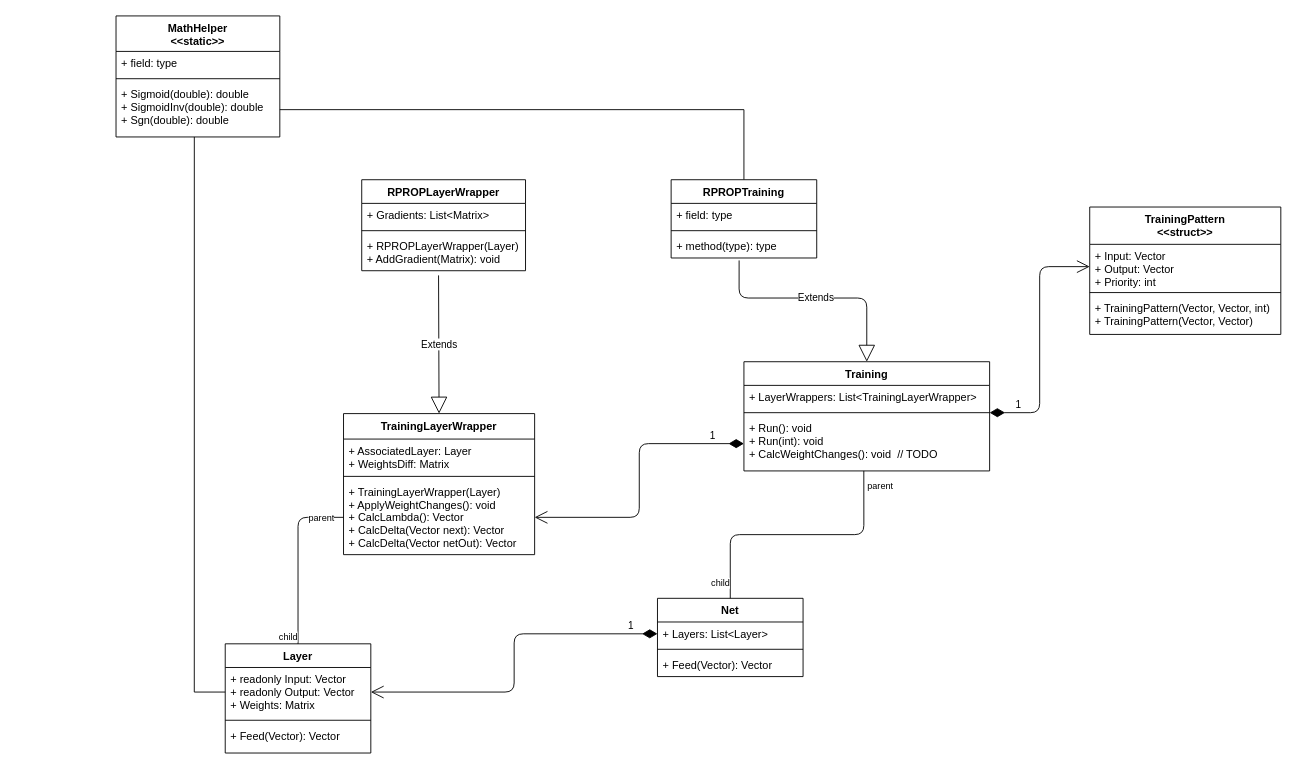
Above: MainDiagram.drawio in Voelker-JR/NeuralNetworks (draw.io), before the change. Source tidied: cells renumbered, new cells numbered last; positions are measured from the earlier drawing's top-left corner, leaving out a move shared by most shapes. Both pictures are drawn from the tidied source at 91%, with x=0, y=0 at pixel (116, 15).
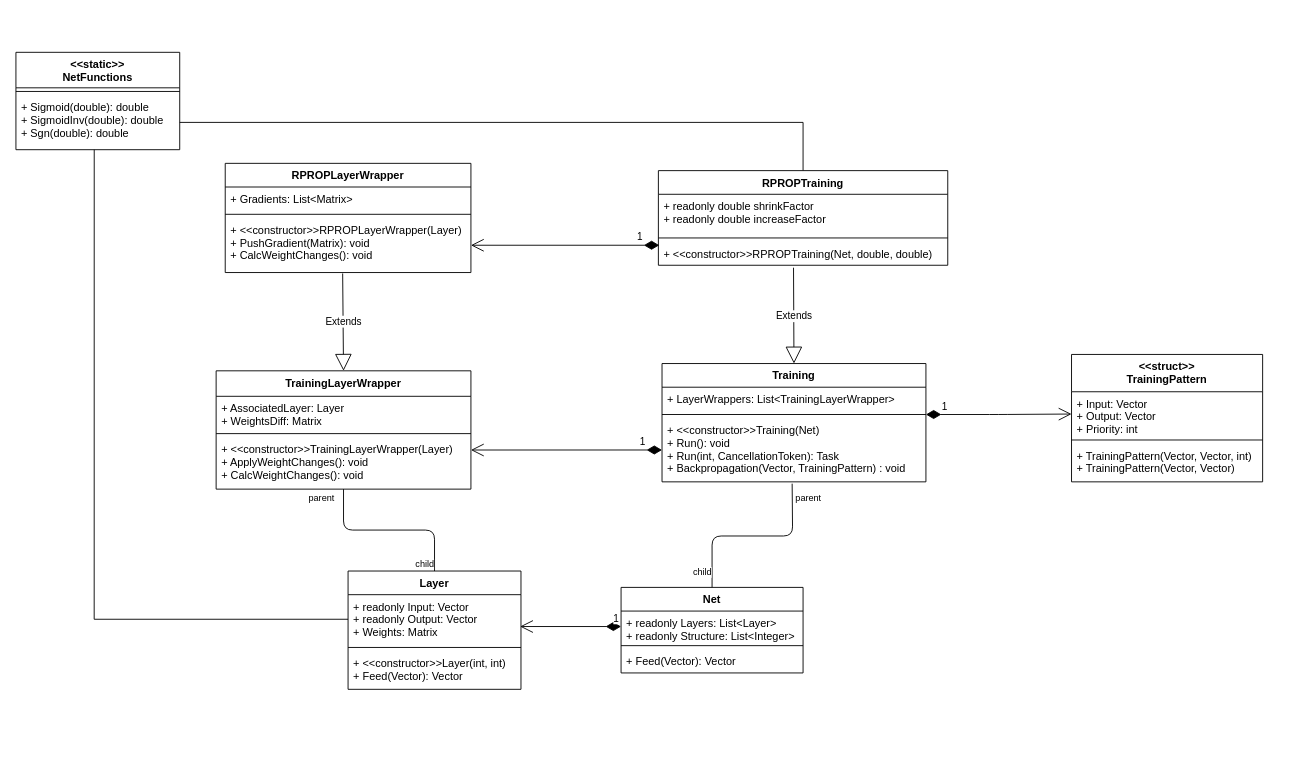
The same diagram, later.

Commit message (it also covers changes not shown here):
updated diagram to a next level

What changed in the source:
```diff
@@
     <mxCell id="2" value="Layer" style="swimlane;fontStyle=1;align=center;verticalAlign=top;horizontal=1;startSize=26;" parent="1" vertex="1">
-      <mxGeometry x="120" y="690" width="160" height="120" as="geometry" />
+      <mxGeometry x="255" y="610" width="190" height="130" as="geometry" />
     </mxCell>
     <mxCell id="3" value="+ readonly Input: Vector&#10;+ readonly Output: Vector&#10;+ Weights: Matrix" style="text;strokeColor=none;fillColor=none;align=left;verticalAlign=top;spacingLeft=4;spacingRight=4;overflow=hidden;points=[[0,0.5],[1,0.5]];portConstraint=eastwest;" parent="2" vertex="1">
-      <mxGeometry y="26" width="160" height="54" as="geometry" />
+      <mxGeometry y="26" width="190" height="54" as="geometry" />
     </mxCell>
     <mxCell id="4" style="line;strokeWidth=1;fillColor=none;align=left;verticalAlign=middle;spacingTop=-1;spacingLeft=3;spacingRight=3;labelPosition=right;" parent="2" vertex="1">
-      <mxGeometry y="80" width="160" height="8" as="geometry" />
+      <mxGeometry y="80" width="190" height="8" as="geometry" />
     </mxCell>
-    <mxCell id="5" value="+ Feed(Vector): Vector" style="text;strokeColor=none;fillColor=none;align=left;verticalAlign=top;spacingLeft=4;spacingRight=4;overflow=hidden;" parent="2" vertex="1">
-      <mxGeometry y="88" width="160" height="32" as="geometry" />
+    <mxCell id="5" value="+ &lt;&lt;constructor&gt;&gt;Layer(int, int)&#10;+ Feed(Vector): Vector" style="text;strokeColor=none;fillColor=none;align=left;verticalAlign=top;spacingLeft=4;spacingRight=4;overflow=hidden;" parent="2" vertex="1">
+      <mxGeometry y="88" width="190" height="42" as="geometry" />
     </mxCell>
     <mxCell id="6" value="Net" style="swimlane;fontStyle=1;align=center;verticalAlign=top;horizontal=1;startSize=26;" parent="1" vertex="1">
-      <mxGeometry x="595" y="640" width="160" height="86" as="geometry" />
+      <mxGeometry x="555" y="628" width="200" height="94" as="geometry" />
     </mxCell>
-    <mxCell id="7" value="+ Layers: List&lt;Layer&gt;" style="text;strokeColor=none;fillColor=none;align=left;verticalAlign=top;spacingLeft=4;spacingRight=4;overflow=hidden;points=[[0,0.5],[1,0.5]];portConstraint=eastwest;" parent="6" vertex="1">
-      <mxGeometry y="26" width="160" height="26" as="geometry" />
+    <mxCell id="7" value="+ readonly Layers: List&lt;Layer&gt;&#10;+ readonly Structure: List&lt;Integer&gt;" style="text;strokeColor=none;fillColor=none;align=left;verticalAlign=top;spacingLeft=4;spacingRight=4;overflow=hidden;points=[[0,0.5],[1,0.5]];portConstraint=eastwest;" parent="6" vertex="1">
+      <mxGeometry y="26" width="200" height="34" as="geometry" />
     </mxCell>
     <mxCell id="8" style="line;strokeWidth=1;fillColor=none;align=left;verticalAlign=middle;spacingTop=-1;spacingLeft=3;spacingRight=3;labelPosition=right;" parent="6" vertex="1">
-      <mxGeometry y="52" width="160" height="8" as="geometry" />
+      <mxGeometry y="60" width="200" height="8" as="geometry" />
     </mxCell>
     <mxCell id="9" value="+ Feed(Vector): Vector" style="text;strokeColor=none;fillColor=none;align=left;verticalAlign=top;spacingLeft=4;spacingRight=4;overflow=hidden;" parent="6" vertex="1">
-      <mxGeometry y="60" width="160" height="26" as="geometry" />
+      <mxGeometry y="68" width="200" height="26" as="geometry" />
     </mxCell>
-    <mxCell id="10" value="1" style="endArrow=open;html=1;endSize=12;startArrow=diamondThin;startSize=14;startFill=1;edgeStyle=orthogonalEdgeStyle;align=left;verticalAlign=bottom;entryX=1;entryY=0.5;entryDx=0;entryDy=0;exitX=0;exitY=0.5;exitDx=0;exitDy=0;" parent="1" edge="1" source="7" target="3">
+    <mxCell id="10" value="1" style="endArrow=open;html=1;endSize=12;startArrow=diamondThin;startSize=14;startFill=1;align=left;verticalAlign=bottom;exitX=0;exitY=0.5;exitDx=0;exitDy=0;entryX=0.995;entryY=0.648;entryDx=0;entryDy=0;entryPerimeter=0;" parent="1" edge="1" source="7" target="3">
       <mxGeometry x="-0.82" relative="1" as="geometry" />
     </mxCell>
     <mxCell id="11" value="Training" style="swimlane;fontStyle=1;align=center;verticalAlign=top;horizontal=1;startSize=26;" parent="1" vertex="1">
-      <mxGeometry x="690" y="380" width="270" height="120" as="geometry" />
+      <mxGeometry x="600" y="382" width="290" height="130" as="geometry" />
     </mxCell>
     <mxCell id="12" value="+ LayerWrappers: List&lt;TrainingLayerWrapper&gt;" style="text;strokeColor=none;fillColor=none;align=left;verticalAlign=top;spacingLeft=4;spacingRight=4;overflow=hidden;points=[[0,0.5],[1,0.5]];portConstraint=eastwest;" parent="11" vertex="1">
-      <mxGeometry y="26" width="270" height="26" as="geometry" />
+      <mxGeometry y="26" width="290" height="26" as="geometry" />
     </mxCell>
     <mxCell id="13" style="line;strokeWidth=1;fillColor=none;align=left;verticalAlign=middle;spacingTop=-1;spacingLeft=3;spacingRight=3;labelPosition=right;" parent="11" vertex="1">
-      <mxGeometry y="52" width="270" height="8" as="geometry" />
+      <mxGeometry y="52" width="290" height="8" as="geometry" />
     </mxCell>
-    <mxCell id="14" value="+ Run(): void&#10;+ Run(int): void&#10;+ CalcWeightChanges(): void  // TODO" style="text;strokeColor=none;fillColor=none;align=left;verticalAlign=top;spacingLeft=4;spacingRight=4;overflow=hidden;points=[[0,0.5],[1,0.5]];portConstraint=eastwest;" parent="11" vertex="1">
-      <mxGeometry y="60" width="270" height="60" as="geometry" />
+    <mxCell id="14" value="+ &lt;&lt;constructor&gt;&gt;Training(Net)&#10;+ Run(): void&#10;+ Run(int, CancellationToken): Task&#10;+ Backpropagation(Vector, TrainingPattern) : void" style="text;strokeColor=none;fillColor=none;align=left;verticalAlign=top;spacingLeft=4;spacingRight=4;overflow=hidden;points=[[0,0.5],[1,0.5]];portConstraint=eastwest;fontStyle=0;" parent="11" vertex="1">
+      <mxGeometry y="60" width="290" height="70" as="geometry" />
     </mxCell>
-    <mxCell id="15" style="endArrow=none;html=1;edgeStyle=orthogonalEdgeStyle;exitX=0.488;exitY=1;exitDx=0;exitDy=0;exitPerimeter=0;entryX=0.5;entryY=0;entryDx=0;entryDy=0;" parent="1" edge="1" source="14" target="6">
-      <mxGeometry relative="1" as="geometry" />
+    <mxCell id="15" style="endArrow=none;html=1;entryX=0.5;entryY=0;entryDx=0;entryDy=0;edgeStyle=orthogonalEdgeStyle;" parent="1" edge="1" target="6">
+      <mxGeometry relative="1" as="geometry">
+        <mxPoint x="743" y="514" as="sourcePoint" />
+      </mxGeometry>
     </mxCell>
@@
-    <mxCell id="18" value="TrainingPattern&#10;&lt;&lt;struct&gt;&gt;" style="swimlane;fontStyle=1;align=center;verticalAlign=top;horizontal=1;startSize=41;" parent="1" vertex="1">
-      <mxGeometry x="1070" y="210" width="210" height="140" as="geometry" />
+    <mxCell id="18" value="&lt;&lt;struct&gt;&gt;&#10;TrainingPattern" style="swimlane;fontStyle=1;align=center;verticalAlign=top;horizontal=1;startSize=41;" parent="1" vertex="1">
+      <mxGeometry x="1050" y="372" width="210" height="140" as="geometry" />
     </mxCell>
@@
-    <mxCell id="23" value="MathHelper&#10;&lt;&lt;static&gt;&gt;" style="swimlane;fontStyle=1;align=center;verticalAlign=top;horizontal=1;startSize=39;" parent="1" vertex="1">
-      <mxGeometry width="180" height="133" as="geometry" />
+    <mxCell id="23" value="&lt;&lt;static&gt;&gt;&#10;NetFunctions" style="swimlane;fontStyle=1;align=center;verticalAlign=top;horizontal=1;startSize=39;" parent="1" vertex="1">
+      <mxGeometry x="-110" y="40" width="180" height="107" as="geometry" />
     </mxCell>
-    <mxCell id="24" value="+ field: type" style="text;strokeColor=none;fillColor=none;align=left;verticalAlign=top;spacingLeft=4;spacingRight=4;overflow=hidden;" parent="23" vertex="1">
-      <mxGeometry y="39" width="180" height="26" as="geometry" />
-    </mxCell>
     <mxCell id="25" style="line;strokeWidth=1;fillColor=none;align=left;verticalAlign=middle;spacingTop=-1;spacingLeft=3;spacingRight=3;labelPosition=right;" parent="23" vertex="1">
-      <mxGeometry y="65" width="180" height="8" as="geometry" />
+      <mxGeometry y="39" width="180" height="8" as="geometry" />
     </mxCell>
     <mxCell id="26" value="+ Sigmoid(double): double&#10;+ SigmoidInv(double): double&#10;+ Sgn(double): double" style="text;strokeColor=none;fillColor=none;align=left;verticalAlign=top;spacingLeft=4;spacingRight=4;overflow=hidden;points=[[0,0.5],[1,0.5]];portConstraint=eastwest;" parent="23" vertex="1">
-      <mxGeometry y="73" width="180" height="60" as="geometry" />
+      <mxGeometry y="47" width="180" height="60" as="geometry" />
     </mxCell>
@@
     <mxCell id="29" value="TrainingLayerWrapper" style="swimlane;fontStyle=1;align=center;verticalAlign=top;horizontal=1;startSize=28;" parent="1" vertex="1">
-      <mxGeometry x="250" y="437" width="210" height="155" as="geometry" />
+      <mxGeometry x="110" y="390" width="280" height="130" as="geometry" />
     </mxCell>
     <mxCell id="30" value="+ AssociatedLayer: Layer&#10;+ WeightsDiff: Matrix" style="text;strokeColor=none;fillColor=none;align=left;verticalAlign=top;spacingLeft=4;spacingRight=4;overflow=hidden;" parent="29" vertex="1">
-      <mxGeometry y="28" width="210" height="37" as="geometry" />
+      <mxGeometry y="28" width="280" height="37" as="geometry" />
     </mxCell>
     <mxCell id="31" style="line;strokeWidth=1;fillColor=none;align=left;verticalAlign=middle;spacingTop=-1;spacingLeft=3;spacingRight=3;labelPosition=right;" parent="29" vertex="1">
-      <mxGeometry y="65" width="210" height="8" as="geometry" />
+      <mxGeometry y="65" width="280" height="8" as="geometry" />
     </mxCell>
-    <mxCell id="32" value="+ TrainingLayerWrapper(Layer)&#10;+ ApplyWeightChanges(): void&#10;+ CalcLambda(): Vector&#10;+ CalcDelta(Vector next): Vector&#10;+ CalcDelta(Vector netOut): Vector" style="text;strokeColor=none;fillColor=none;align=left;verticalAlign=top;spacingLeft=4;spacingRight=4;overflow=hidden;points=[[0,0.5],[1,0.5]];portConstraint=eastwest;" parent="29" vertex="1">
-      <mxGeometry y="73" width="210" height="82" as="geometry" />
+    <mxCell id="32" value="+ &lt;&lt;constructor&gt;&gt;TrainingLayerWrapper(Layer)&#10;+ ApplyWeightChanges(): void&#10;+ CalcWeightChanges(): void" style="text;strokeColor=none;fillColor=none;align=left;verticalAlign=top;spacingLeft=4;spacingRight=4;overflow=hidden;points=[[0,0.5],[1,0.5]];portConstraint=eastwest;" parent="29" vertex="1">
+      <mxGeometry y="73" width="280" height="57" as="geometry" />
     </mxCell>
-    <mxCell id="33" value="1" style="endArrow=open;html=1;endSize=12;startArrow=diamondThin;startSize=14;startFill=1;edgeStyle=orthogonalEdgeStyle;align=left;verticalAlign=bottom;exitX=0;exitY=0.5;exitDx=0;exitDy=0;entryX=1;entryY=0.5;entryDx=0;entryDy=0;" parent="1" edge="1" source="14" target="32">
+    <mxCell id="33" value="1" style="endArrow=open;html=1;endSize=12;startArrow=diamondThin;startSize=14;startFill=1;align=left;verticalAlign=bottom;exitX=0;exitY=0.5;exitDx=0;exitDy=0;entryX=1;entryY=0.246;entryDx=0;entryDy=0;entryPerimeter=0;" parent="1" edge="1" source="14" target="32">
       <mxGeometry x="-0.75" relative="1" as="geometry" />
     </mxCell>
-    <mxCell id="34" style="endArrow=none;html=1;edgeStyle=orthogonalEdgeStyle;entryX=0.5;entryY=0;entryDx=0;entryDy=0;exitX=0;exitY=0.5;exitDx=0;exitDy=0;" parent="1" edge="1" source="32" target="2">
+    <mxCell id="34" style="endArrow=none;html=1;entryX=0.5;entryY=0;entryDx=0;entryDy=0;exitX=0.5;exitY=1;exitDx=0;exitDy=0;exitPerimeter=0;edgeStyle=orthogonalEdgeStyle;" parent="1" edge="1" source="32" target="2">
       <mxGeometry relative="1" as="geometry" />
     </mxCell>
     <mxCell id="35" value="parent" style="html=1;align=left;verticalAlign=bottom;labelBackgroundColor=#ffffff;fontSize=10;" parent="34" vertex="1">
       <mxGeometry x="-1" relative="1" as="geometry">
-        <mxPoint x="-40" y="9" as="offset" />
+        <mxPoint x="-40" y="18" as="offset" />
       </mxGeometry>
     </mxCell>
@@
     <mxCell id="37" value="RPROPLayerWrapper" style="swimlane;fontStyle=1;align=center;verticalAlign=top;horizontal=1;startSize=26;" parent="1" vertex="1">
-      <mxGeometry x="270" y="180" width="180" height="100" as="geometry" />
+      <mxGeometry x="120" y="162" width="270" height="120" as="geometry" />
     </mxCell>
     <mxCell id="38" value="+ Gradients: List&lt;Matrix&gt;" style="text;strokeColor=none;fillColor=none;align=left;verticalAlign=top;spacingLeft=4;spacingRight=4;overflow=hidden;" parent="37" vertex="1">
-      <mxGeometry y="26" width="180" height="26" as="geometry" />
+      <mxGeometry y="26" width="270" height="26" as="geometry" />
     </mxCell>
     <mxCell id="39" style="line;strokeWidth=1;fillColor=none;align=left;verticalAlign=middle;spacingTop=-1;spacingLeft=3;spacingRight=3;labelPosition=right;" parent="37" vertex="1">
-      <mxGeometry y="52" width="180" height="8" as="geometry" />
+      <mxGeometry y="52" width="270" height="8" as="geometry" />
     </mxCell>
-    <mxCell id="40" value="+ RPROPLayerWrapper(Layer)&#10;+ AddGradient(Matrix): void" style="text;strokeColor=none;fillColor=none;align=left;verticalAlign=top;spacingLeft=4;spacingRight=4;overflow=hidden;points=[[0,0.5],[1,0.5]];portConstraint=eastwest;" parent="37" vertex="1">
-      <mxGeometry y="60" width="180" height="40" as="geometry" />
+    <mxCell id="40" value="+ &lt;&lt;constructor&gt;&gt;RPROPLayerWrapper(Layer)&#10;+ PushGradient(Matrix): void&#10;+ CalcWeightChanges(): void" style="text;strokeColor=none;fillColor=none;align=left;verticalAlign=top;spacingLeft=4;spacingRight=4;overflow=hidden;points=[[0,0.5],[1,0.5]];portConstraint=eastwest;" parent="37" vertex="1">
+      <mxGeometry y="60" width="270" height="60" as="geometry" />
     </mxCell>
-    <mxCell id="41" value="Extends" style="endArrow=block;endSize=16;endFill=0;html=1;exitX=0.469;exitY=1.128;exitDx=0;exitDy=0;exitPerimeter=0;entryX=0.5;entryY=0;entryDx=0;entryDy=0;" parent="1" edge="1" source="40" target="29">
+    <mxCell id="41" value="Extends" style="endArrow=block;endSize=16;endFill=0;html=1;exitX=0.478;exitY=1.017;exitDx=0;exitDy=0;exitPerimeter=0;entryX=0.5;entryY=0;entryDx=0;entryDy=0;" parent="1" edge="1" source="40" target="29">
       <mxGeometry relative="1" as="geometry" />
     </mxCell>
     <mxCell id="42" value="RPROPTraining&#10;" style="swimlane;fontStyle=1;align=center;verticalAlign=top;horizontal=1;startSize=26;" parent="1" vertex="1">
-      <mxGeometry x="610" y="180" width="160" height="86" as="geometry" />
+      <mxGeometry x="596" y="170" width="318" height="104" as="geometry" />
     </mxCell>
-    <mxCell id="43" value="+ field: type" style="text;strokeColor=none;fillColor=none;align=left;verticalAlign=top;spacingLeft=4;spacingRight=4;overflow=hidden;" parent="42" vertex="1">
-      <mxGeometry y="26" width="160" height="26" as="geometry" />
+    <mxCell id="43" value="+ readonly double shrinkFactor&#10;+ readonly double increaseFactor" style="text;strokeColor=none;fillColor=none;align=left;verticalAlign=top;spacingLeft=4;spacingRight=4;overflow=hidden;" parent="42" vertex="1">
+      <mxGeometry y="26" width="318" height="44" as="geometry" />
     </mxCell>
     <mxCell id="44" style="line;strokeWidth=1;fillColor=none;align=left;verticalAlign=middle;spacingTop=-1;spacingLeft=3;spacingRight=3;labelPosition=right;" parent="42" vertex="1">
-      <mxGeometry y="52" width="160" height="8" as="geometry" />
+      <mxGeometry y="70" width="318" height="8" as="geometry" />
     </mxCell>
-    <mxCell id="45" value="+ method(type): type" style="text;strokeColor=none;fillColor=none;align=left;verticalAlign=top;spacingLeft=4;spacingRight=4;overflow=hidden;points=[[0,0.5],[1,0.5]];portConstraint=eastwest;" parent="42" vertex="1">
-      <mxGeometry y="60" width="160" height="26" as="geometry" />
+    <mxCell id="45" value="+ &lt;&lt;constructor&gt;&gt;RPROPTraining(Net, double, double)" style="text;strokeColor=none;fillColor=none;align=left;verticalAlign=top;spacingLeft=4;spacingRight=4;overflow=hidden;points=[[0,0.5],[1,0.5]];portConstraint=eastwest;" parent="42" vertex="1">
+      <mxGeometry y="78" width="318" height="26" as="geometry" />
     </mxCell>
-    <mxCell id="46" value="Extends" style="endArrow=block;endSize=16;endFill=0;html=1;exitX=0.467;exitY=1.103;exitDx=0;exitDy=0;exitPerimeter=0;entryX=0.5;entryY=0;entryDx=0;entryDy=0;edgeStyle=orthogonalEdgeStyle;" parent="1" edge="1" source="45" target="11">
-      <mxGeometry relative="1" as="geometry">
-        <Array as="points">
-          <mxPoint x="685" y="310" />
-          <mxPoint x="825" y="310" />
-        </Array>
-      </mxGeometry>
+    <mxCell id="46" value="Extends" style="endArrow=block;endSize=16;endFill=0;html=1;exitX=0.467;exitY=1.103;exitDx=0;exitDy=0;exitPerimeter=0;entryX=0.5;entryY=0;entryDx=0;entryDy=0;" parent="1" edge="1" source="45" target="11">
+      <mxGeometry relative="1" as="geometry" />
     </mxCell>
+    <mxCell id="47" value="1" style="endArrow=open;html=1;endSize=12;startArrow=diamondThin;startSize=14;startFill=1;align=left;verticalAlign=bottom;entryX=1;entryY=0.5;entryDx=0;entryDy=0;" parent="1" edge="1" target="40">
+      <mxGeometry x="-0.75" relative="1" as="geometry">
+        <mxPoint x="597" y="252" as="sourcePoint" />
+      </mxGeometry>
+    </mxCell>
```
